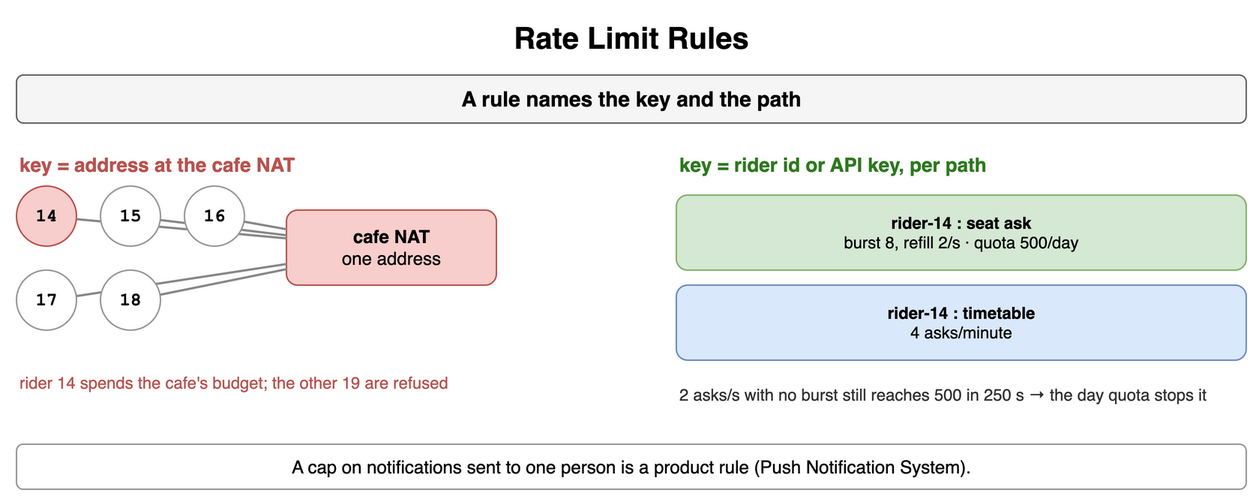
This is content/09_System_Design_Interview/17_Rate_Limiting_and_Throttling/diagrams/rate-limiting-2-rate-limit-rules.png from amendez13/swe-study-guide, a draw.io export, as it was before one commit. Source tidied: cells renumbered, new cells last; positions are measured from the earlier drawing's top-left corner, leaving out a move shared by most shapes. The source it was exported from:
```xml
<mxGraphModel>
  <root>
    <mxCell id="0" />
    <mxCell id="1" parent="0" />
    <mxCell id="2" value="Rate Limit Rules" style="text;html=1;align=center;verticalAlign=middle;whiteSpace=wrap;fontSize=20;fontStyle=1;" parent="1" vertex="1">
      <mxGeometry width="820" height="30" as="geometry" />
    </mxCell>
    <mxCell id="3" value="A rule names the key and the path" style="rounded=1;whiteSpace=wrap;html=1;fillColor=#f5f5f5;strokeColor=#666666;fontStyle=1;fontSize=14;" parent="1" vertex="1">
      <mxGeometry y="40" width="820" height="32" as="geometry" />
    </mxCell>
    <mxCell id="4" value="key = address at the cafe NAT" style="text;html=1;whiteSpace=wrap;fontSize=11;align=left;verticalAlign=middle;fontSize=13;fontColor=#b85450;fontStyle=1;" parent="1" vertex="1">
      <mxGeometry y="90" width="400" height="20" as="geometry" />
    </mxCell>
    <mxCell id="5" value="cafe NAT&lt;br&gt;&lt;span style='font-weight:normal'&gt;one address&lt;/span&gt;" style="rounded=1;whiteSpace=wrap;html=1;fillColor=#f8cecc;strokeColor=#b85450;fontSize=12;align=center;fontStyle=1;" parent="1" vertex="1">
      <mxGeometry x="180" y="130" width="140" height="50" as="geometry" />
    </mxCell>
    <mxCell id="6" value="14" style="ellipse;whiteSpace=wrap;html=1;fontStyle=1;fontSize=12;fontFamily=Courier New;fillColor=#f8cecc;strokeColor=#b85450;" parent="1" vertex="1">
      <mxGeometry y="114" width="40" height="40" as="geometry" />
    </mxCell>
    <mxCell id="7" style="endArrow=none;html=1;strokeColor=#888888;strokeWidth=1.5;" parent="1" edge="1" source="6" target="5">
      <mxGeometry relative="1" as="geometry" />
    </mxCell>
    <mxCell id="8" value="15" style="ellipse;whiteSpace=wrap;html=1;fontStyle=1;fontSize=12;fontFamily=Courier New;fillColor=#ffffff;strokeColor=#999999;" parent="1" vertex="1">
      <mxGeometry x="56" y="114" width="40" height="40" as="geometry" />
    </mxCell>
    <mxCell id="9" style="endArrow=none;html=1;strokeColor=#888888;strokeWidth=1.5;" parent="1" edge="1" source="8" target="5">
      <mxGeometry relative="1" as="geometry" />
    </mxCell>
    <mxCell id="10" value="16" style="ellipse;whiteSpace=wrap;html=1;fontStyle=1;fontSize=12;fontFamily=Courier New;fillColor=#ffffff;strokeColor=#999999;" parent="1" vertex="1">
      <mxGeometry x="112" y="114" width="40" height="40" as="geometry" />
    </mxCell>
    <mxCell id="11" style="endArrow=none;html=1;strokeColor=#888888;strokeWidth=1.5;" parent="1" edge="1" source="10" target="5">
      <mxGeometry relative="1" as="geometry" />
    </mxCell>
    <mxCell id="12" value="17" style="ellipse;whiteSpace=wrap;html=1;fontStyle=1;fontSize=12;fontFamily=Courier New;fillColor=#ffffff;strokeColor=#999999;" parent="1" vertex="1">
      <mxGeometry y="170" width="40" height="40" as="geometry" />
    </mxCell>
    <mxCell id="13" style="endArrow=none;html=1;strokeColor=#888888;strokeWidth=1.5;" parent="1" edge="1" source="12" target="5">
      <mxGeometry relative="1" as="geometry" />
    </mxCell>
    <mxCell id="14" value="18" style="ellipse;whiteSpace=wrap;html=1;fontStyle=1;fontSize=12;fontFamily=Courier New;fillColor=#ffffff;strokeColor=#999999;" parent="1" vertex="1">
      <mxGeometry x="56" y="170" width="40" height="40" as="geometry" />
    </mxCell>
    <mxCell id="15" style="endArrow=none;html=1;strokeColor=#888888;strokeWidth=1.5;" parent="1" edge="1" source="14" target="5">
      <mxGeometry relative="1" as="geometry" />
    </mxCell>
    <mxCell id="16" value="rider 14 spends the cafe's budget; the other 19 are refused" style="text;html=1;whiteSpace=wrap;fontSize=11;align=left;verticalAlign=middle;fontSize=11;fontColor=#b85450;" parent="1" vertex="1">
      <mxGeometry y="230" width="380" height="30" as="geometry" />
    </mxCell>
    <mxCell id="17" value="key = rider id or API key, per path" style="text;html=1;whiteSpace=wrap;fontSize=11;align=left;verticalAlign=middle;fontSize=13;fontColor=#2d7a1f;fontStyle=1;" parent="1" vertex="1">
      <mxGeometry x="440" y="90" width="380" height="20" as="geometry" />
    </mxCell>
    <mxCell id="18" value="rider-14 : seat ask&lt;br&gt;&lt;span style='font-weight:normal'&gt;burst 8, refill 2/s · quota 500/day&lt;/span&gt;" style="rounded=1;whiteSpace=wrap;html=1;fillColor=#d5e8d4;strokeColor=#82b366;fontSize=11;align=center;fontStyle=1;" parent="1" vertex="1">
      <mxGeometry x="440" y="120" width="380" height="50" as="geometry" />
    </mxCell>
    <mxCell id="19" value="rider-14 : timetable&lt;br&gt;&lt;span style='font-weight:normal'&gt;4 asks/minute&lt;/span&gt;" style="rounded=1;whiteSpace=wrap;html=1;fillColor=#dae8fc;strokeColor=#6c8ebf;fontSize=11;align=center;fontStyle=1;" parent="1" vertex="1">
      <mxGeometry x="440" y="180" width="380" height="50" as="geometry" />
    </mxCell>
    <mxCell id="20" value="2 asks/s with no burst still reaches 500 in 250 s → the day quota stops it" style="text;html=1;whiteSpace=wrap;fontSize=11;align=left;verticalAlign=middle;fontSize=11;fontColor=#333333;" parent="1" vertex="1">
      <mxGeometry x="440" y="238" width="380" height="30" as="geometry" />
    </mxCell>
    <mxCell id="21" value="A cap on notifications sent to one person is a product rule (Push Notification System)." style="rounded=1;whiteSpace=wrap;html=1;fillColor=#ffffff;strokeColor=#999999;fontSize=12;align=center;" parent="1" vertex="1">
      <mxGeometry y="286" width="820" height="30" as="geometry" />
    </mxCell>
  </root>
</mxGraphModel>
```
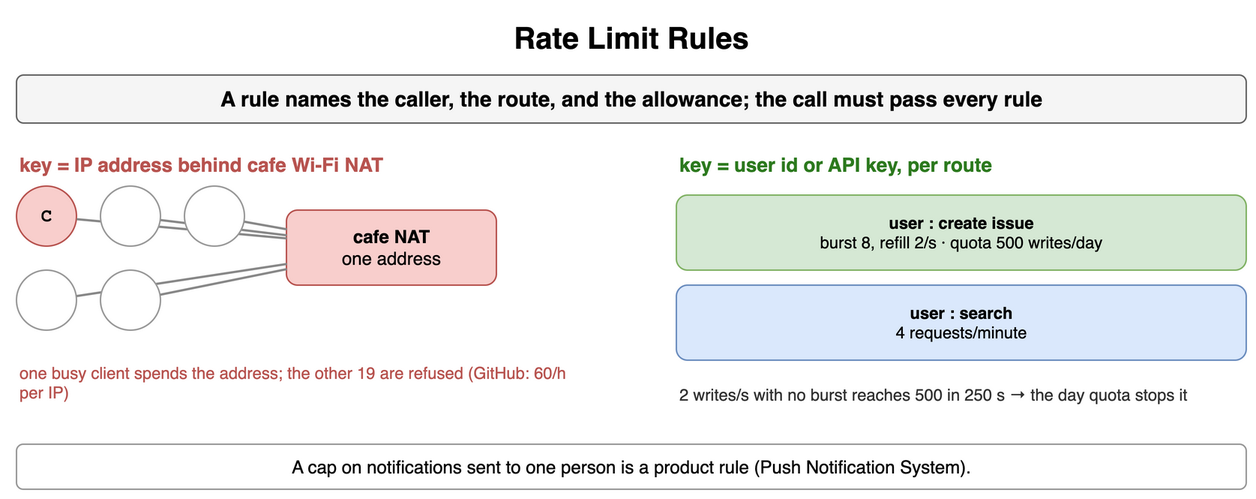
Above is the later version.

What changed in the source:
```diff
@@ -5,58 +5,58 @@
     <mxCell id="2" value="Rate Limit Rules" style="text;html=1;align=center;verticalAlign=middle;whiteSpace=wrap;fontSize=20;fontStyle=1;" parent="1" vertex="1">
       <mxGeometry width="820" height="30" as="geometry" />
     </mxCell>
-    <mxCell id="3" value="A rule names the key and the path" style="rounded=1;whiteSpace=wrap;html=1;fillColor=#f5f5f5;strokeColor=#666666;fontStyle=1;fontSize=14;" parent="1" vertex="1">
+    <mxCell id="3" value="A rule names the caller, the route, and the allowance; the call must pass every rule" style="rounded=1;whiteSpace=wrap;html=1;fillColor=#f5f5f5;strokeColor=#666666;fontStyle=1;fontSize=14;" parent="1" vertex="1">
       <mxGeometry y="40" width="820" height="32" as="geometry" />
     </mxCell>
-    <mxCell id="4" value="key = address at the cafe NAT" style="text;html=1;whiteSpace=wrap;fontSize=11;align=left;verticalAlign=middle;fontSize=13;fontColor=#b85450;fontStyle=1;" parent="1" vertex="1">
+    <mxCell id="4" value="key = IP address behind cafe Wi-Fi NAT" style="text;html=1;whiteSpace=wrap;fontSize=11;align=left;verticalAlign=middle;fontSize=13;fontColor=#b85450;fontStyle=1;" parent="1" vertex="1">
       <mxGeometry y="90" width="400" height="20" as="geometry" />
     </mxCell>
     <mxCell id="5" value="cafe NAT&lt;br&gt;&lt;span style='font-weight:normal'&gt;one address&lt;/span&gt;" style="rounded=1;whiteSpace=wrap;html=1;fillColor=#f8cecc;strokeColor=#b85450;fontSize=12;align=center;fontStyle=1;" parent="1" vertex="1">
       <mxGeometry x="180" y="130" width="140" height="50" as="geometry" />
     </mxCell>
-    <mxCell id="6" value="14" style="ellipse;whiteSpace=wrap;html=1;fontStyle=1;fontSize=12;fontFamily=Courier New;fillColor=#f8cecc;strokeColor=#b85450;" parent="1" vertex="1">
+    <mxCell id="6" value="C" style="ellipse;whiteSpace=wrap;html=1;fontStyle=1;fontSize=12;fontFamily=Courier New;fillColor=#f8cecc;strokeColor=#b85450;" parent="1" vertex="1">
       <mxGeometry y="114" width="40" height="40" as="geometry" />
     </mxCell>
     <mxCell id="7" style="endArrow=none;html=1;strokeColor=#888888;strokeWidth=1.5;" parent="1" edge="1" source="6" target="5">
       <mxGeometry relative="1" as="geometry" />
     </mxCell>
-    <mxCell id="8" value="15" style="ellipse;whiteSpace=wrap;html=1;fontStyle=1;fontSize=12;fontFamily=Courier New;fillColor=#ffffff;strokeColor=#999999;" parent="1" vertex="1">
+    <mxCell id="8" style="ellipse;whiteSpace=wrap;html=1;fontStyle=1;fontSize=12;fontFamily=Courier New;fillColor=#ffffff;strokeColor=#999999;" parent="1" vertex="1">
       <mxGeometry x="56" y="114" width="40" height="40" as="geometry" />
     </mxCell>
     <mxCell id="9" style="endArrow=none;html=1;strokeColor=#888888;strokeWidth=1.5;" parent="1" edge="1" source="8" target="5">
       <mxGeometry relative="1" as="geometry" />
     </mxCell>
-    <mxCell id="10" value="16" style="ellipse;whiteSpace=wrap;html=1;fontStyle=1;fontSize=12;fontFamily=Courier New;fillColor=#ffffff;strokeColor=#999999;" parent="1" vertex="1">
+    <mxCell id="10" style="ellipse;whiteSpace=wrap;html=1;fontStyle=1;fontSize=12;fontFamily=Courier New;fillColor=#ffffff;strokeColor=#999999;" parent="1" vertex="1">
       <mxGeometry x="112" y="114" width="40" height="40" as="geometry" />
     </mxCell>
     <mxCell id="11" style="endArrow=none;html=1;strokeColor=#888888;strokeWidth=1.5;" parent="1" edge="1" source="10" target="5">
       <mxGeometry relative="1" as="geometry" />
     </mxCell>
-    <mxCell id="12" value="17" style="ellipse;whiteSpace=wrap;html=1;fontStyle=1;fontSize=12;fontFamily=Courier New;fillColor=#ffffff;strokeColor=#999999;" parent="1" vertex="1">
+    <mxCell id="12" style="ellipse;whiteSpace=wrap;html=1;fontStyle=1;fontSize=12;fontFamily=Courier New;fillColor=#ffffff;strokeColor=#999999;" parent="1" vertex="1">
       <mxGeometry y="170" width="40" height="40" as="geometry" />
     </mxCell>
     <mxCell id="13" style="endArrow=none;html=1;strokeColor=#888888;strokeWidth=1.5;" parent="1" edge="1" source="12" target="5">
       <mxGeometry relative="1" as="geometry" />
     </mxCell>
-    <mxCell id="14" value="18" style="ellipse;whiteSpace=wrap;html=1;fontStyle=1;fontSize=12;fontFamily=Courier New;fillColor=#ffffff;strokeColor=#999999;" parent="1" vertex="1">
+    <mxCell id="14" style="ellipse;whiteSpace=wrap;html=1;fontStyle=1;fontSize=12;fontFamily=Courier New;fillColor=#ffffff;strokeColor=#999999;" parent="1" vertex="1">
       <mxGeometry x="56" y="170" width="40" height="40" as="geometry" />
     </mxCell>
     <mxCell id="15" style="endArrow=none;html=1;strokeColor=#888888;strokeWidth=1.5;" parent="1" edge="1" source="14" target="5">
       <mxGeometry relative="1" as="geometry" />
     </mxCell>
-    <mxCell id="16" value="rider 14 spends the cafe's budget; the other 19 are refused" style="text;html=1;whiteSpace=wrap;fontSize=11;align=left;verticalAlign=middle;fontSize=11;fontColor=#b85450;" parent="1" vertex="1">
+    <mxCell id="16" value="one busy client spends the address; the other 19 are refused (GitHub: 60/h per IP)" style="text;html=1;whiteSpace=wrap;fontSize=11;align=left;verticalAlign=middle;fontSize=11;fontColor=#b85450;" parent="1" vertex="1">
       <mxGeometry y="230" width="380" height="30" as="geometry" />
     </mxCell>
-    <mxCell id="17" value="key = rider id or API key, per path" style="text;html=1;whiteSpace=wrap;fontSize=11;align=left;verticalAlign=middle;fontSize=13;fontColor=#2d7a1f;fontStyle=1;" parent="1" vertex="1">
+    <mxCell id="17" value="key = user id or API key, per route" style="text;html=1;whiteSpace=wrap;fontSize=11;align=left;verticalAlign=middle;fontSize=13;fontColor=#2d7a1f;fontStyle=1;" parent="1" vertex="1">
       <mxGeometry x="440" y="90" width="380" height="20" as="geometry" />
     </mxCell>
-    <mxCell id="18" value="rider-14 : seat ask&lt;br&gt;&lt;span style='font-weight:normal'&gt;burst 8, refill 2/s · quota 500/day&lt;/span&gt;" style="rounded=1;whiteSpace=wrap;html=1;fillColor=#d5e8d4;strokeColor=#82b366;fontSize=11;align=center;fontStyle=1;" parent="1" vertex="1">
+    <mxCell id="18" value="user : create issue&lt;br&gt;&lt;span style='font-weight:normal'&gt;burst 8, refill 2/s · quota 500 writes/day&lt;/span&gt;" style="rounded=1;whiteSpace=wrap;html=1;fillColor=#d5e8d4;strokeColor=#82b366;fontSize=11;align=center;fontStyle=1;" parent="1" vertex="1">
       <mxGeometry x="440" y="120" width="380" height="50" as="geometry" />
     </mxCell>
-    <mxCell id="19" value="rider-14 : timetable&lt;br&gt;&lt;span style='font-weight:normal'&gt;4 asks/minute&lt;/span&gt;" style="rounded=1;whiteSpace=wrap;html=1;fillColor=#dae8fc;strokeColor=#6c8ebf;fontSize=11;align=center;fontStyle=1;" parent="1" vertex="1">
+    <mxCell id="19" value="user : search&lt;br&gt;&lt;span style='font-weight:normal'&gt;4 requests/minute&lt;/span&gt;" style="rounded=1;whiteSpace=wrap;html=1;fillColor=#dae8fc;strokeColor=#6c8ebf;fontSize=11;align=center;fontStyle=1;" parent="1" vertex="1">
       <mxGeometry x="440" y="180" width="380" height="50" as="geometry" />
     </mxCell>
-    <mxCell id="20" value="2 asks/s with no burst still reaches 500 in 250 s → the day quota stops it" style="text;html=1;whiteSpace=wrap;fontSize=11;align=left;verticalAlign=middle;fontSize=11;fontColor=#333333;" parent="1" vertex="1">
+    <mxCell id="20" value="2 writes/s with no burst reaches 500 in 250 s → the day quota stops it" style="text;html=1;whiteSpace=wrap;fontSize=11;align=left;verticalAlign=middle;fontSize=11;fontColor=#333333;" parent="1" vertex="1">
       <mxGeometry x="440" y="238" width="380" height="30" as="geometry" />
     </mxCell>
     <mxCell id="21" value="A cap on notifications sent to one person is a product rule (Push Notification System)." style="rounded=1;whiteSpace=wrap;html=1;fillColor=#ffffff;strokeColor=#999999;fontSize=12;align=center;" parent="1" vertex="1">
```
